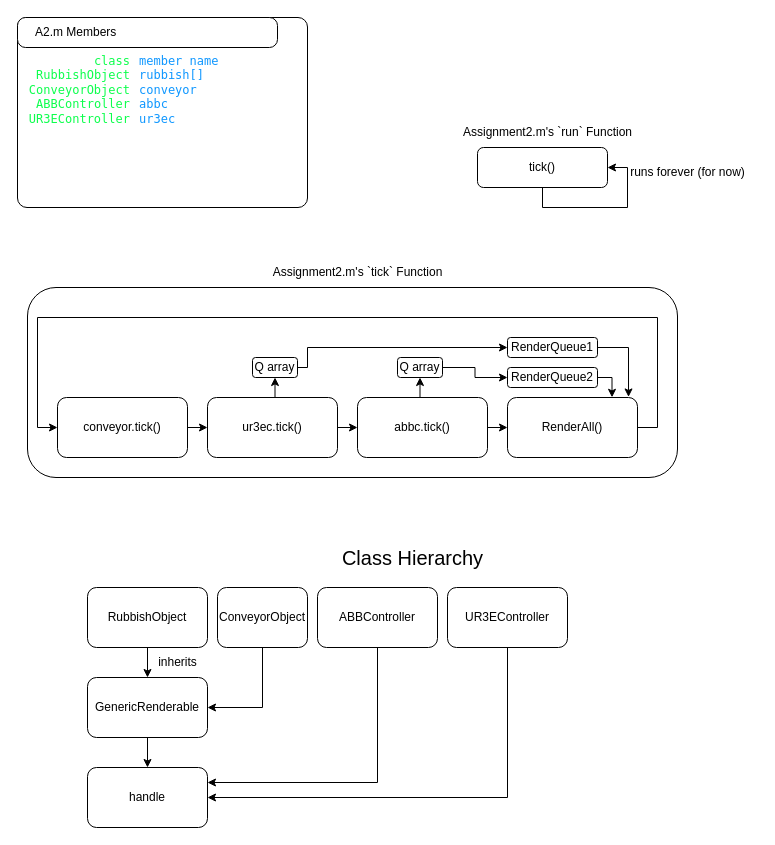
Before: System Diagram.drawio in anynamewillbeok/41013EpicRobot, a draw.io diagram. Source tidied: cells renumbered, new cells numbered last; positions are measured from the earlier drawing's top-left corner, leaving out a move shared by most shapes. Both pictures are drawn from the tidied source at 100%, with x=0, y=0 at pixel (17, 17).
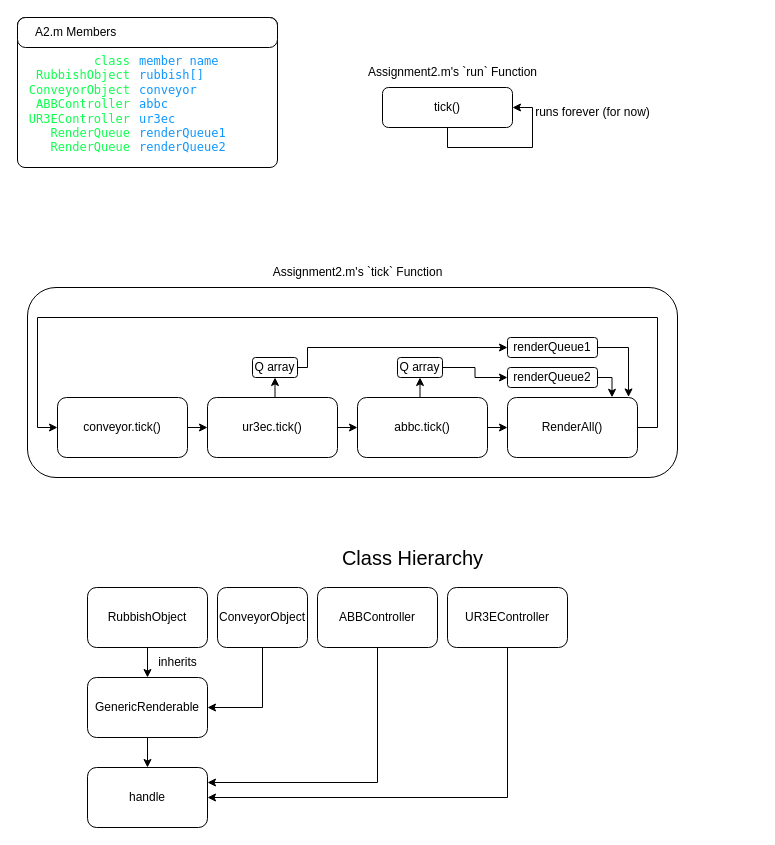
Above is the later version.

Change to the diagram source:
```diff
@@
     <mxCell id="3" value="tick()" style="rounded=1;whiteSpace=wrap;html=1;" parent="1" vertex="1">
-      <mxGeometry x="460" y="130" width="130" height="40" as="geometry" />
+      <mxGeometry x="365" y="70" width="130" height="40" as="geometry" />
     </mxCell>
     <mxCell id="4" value="Assignment2.m's `run` Function" style="text;html=1;align=center;verticalAlign=middle;strokeColor=none;fillColor=none;" parent="1" vertex="1">
-      <mxGeometry x="435" y="100" width="190" height="30" as="geometry" />
+      <mxGeometry x="340" y="40" width="190" height="30" as="geometry" />
     </mxCell>
@@
     <mxCell id="6" value="runs forever (for now)" style="text;html=1;align=center;verticalAlign=middle;strokeColor=none;fillColor=none;" parent="1" vertex="1">
-      <mxGeometry x="600" y="140" width="140" height="30" as="geometry" />
+      <mxGeometry x="505" y="80" width="140" height="30" as="geometry" />
     </mxCell>
@@
-    <mxCell id="36" value="RenderQueue1" style="rounded=1;whiteSpace=wrap;html=1;" parent="1" vertex="1">
+    <mxCell id="36" value="renderQueue1" style="rounded=1;whiteSpace=wrap;html=1;" parent="1" vertex="1">
       <mxGeometry x="490" y="320" width="90" height="20" as="geometry" />
     </mxCell>
-    <mxCell id="37" value="RenderQueue2" style="rounded=1;whiteSpace=wrap;html=1;" parent="1" vertex="1">
+    <mxCell id="37" value="renderQueue2" style="rounded=1;whiteSpace=wrap;html=1;" parent="1" vertex="1">
       <mxGeometry x="490" y="350" width="90" height="20" as="geometry" />
     </mxCell>
@@
     <mxCell id="40" style="rounded=1;whiteSpace=wrap;html=1;arcSize=5;" parent="1" vertex="1">
-      <mxGeometry width="290" height="190" as="geometry" />
+      <mxGeometry width="260" height="150" as="geometry" />
     </mxCell>
@@
-    <mxCell id="42" value="&lt;div align=&quot;right&quot;&gt;&lt;div&gt;&lt;div&gt;&lt;font&gt;class&lt;br&gt;RubbishObject&lt;br&gt;&lt;/font&gt;&lt;font&gt;ConveyorObject&lt;br&gt;&lt;/font&gt;&lt;font&gt;ABBController&lt;br&gt;&lt;/font&gt;&lt;font&gt;UR3EController&lt;/font&gt;&lt;/div&gt;&lt;/div&gt;&lt;div&gt;&lt;br&gt;&lt;/div&gt;&lt;div&gt;&lt;br&gt;&lt;/div&gt;&lt;/div&gt;" style="text;html=1;align=right;verticalAlign=top;whiteSpace=wrap;rounded=0;fontFamily=monospace;fontColor=#0DFF4D;horizontal=1;" parent="1" vertex="1">
+    <mxCell id="42" value="&lt;div align=&quot;right&quot;&gt;&lt;div&gt;&lt;div&gt;&lt;font&gt;class&lt;br&gt;RubbishObject&lt;br&gt;&lt;/font&gt;&lt;font&gt;ConveyorObject&lt;br&gt;&lt;/font&gt;&lt;font&gt;ABBController&lt;br&gt;&lt;/font&gt;&lt;font&gt;UR3EController&lt;/font&gt;&lt;/div&gt;&lt;/div&gt;&lt;div&gt;RenderQueue&lt;/div&gt;&lt;div&gt;RenderQueue&lt;br&gt;&lt;/div&gt;&lt;div&gt;&lt;br&gt;&lt;/div&gt;&lt;/div&gt;" style="text;html=1;align=right;verticalAlign=top;whiteSpace=wrap;rounded=0;fontFamily=monospace;fontColor=#0DFF4D;horizontal=1;" parent="1" vertex="1">
       <mxGeometry y="30" width="115" height="90" as="geometry" />
     </mxCell>
-    <mxCell id="43" value="member name&lt;br&gt;rubbish[]&lt;br&gt;conveyor&lt;br&gt;&lt;div&gt;abbc&lt;/div&gt;&lt;div&gt;ur3ec&lt;br&gt;&lt;/div&gt;" style="text;html=1;align=left;verticalAlign=top;whiteSpace=wrap;rounded=0;fontFamily=monospace;fontColor=#0F97FF;" parent="1" vertex="1">
+    <mxCell id="43" value="member name&lt;br&gt;rubbish[]&lt;br&gt;conveyor&lt;br&gt;&lt;div&gt;abbc&lt;/div&gt;&lt;div&gt;ur3ec&lt;/div&gt;&lt;div&gt;renderQueue1&lt;/div&gt;&lt;div&gt;renderQueue2&lt;br&gt;&lt;/div&gt;" style="text;html=1;align=left;verticalAlign=top;whiteSpace=wrap;rounded=0;fontFamily=monospace;fontColor=#0F97FF;" parent="1" vertex="1">
       <mxGeometry x="120" y="30" width="115" height="90" as="geometry" />
     </mxCell>
```
